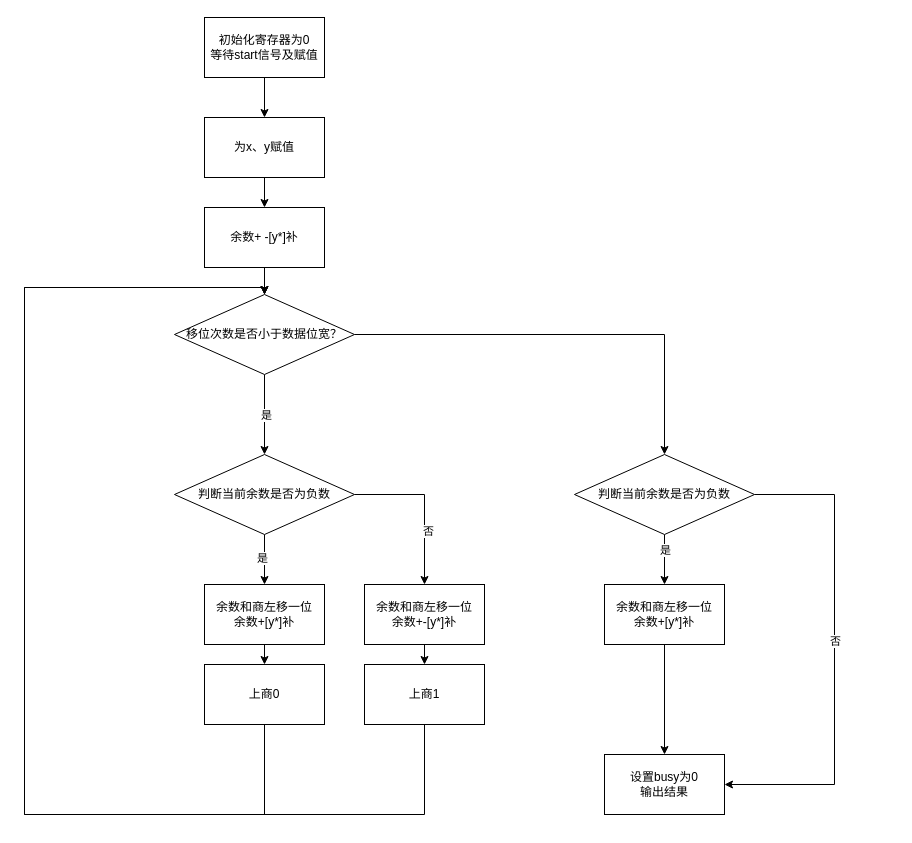
The draw.io diagram 未命名绘图.drawio in yMsquare/FirstRepository, before the edit. Source tidied: cells renumbered, new cells numbered last; positions are measured from the earlier drawing's top-left corner, leaving out a move shared by most shapes. Both pictures are drawn from the tidied source at 100%, with x=0, y=0 at pixel (24, 17).
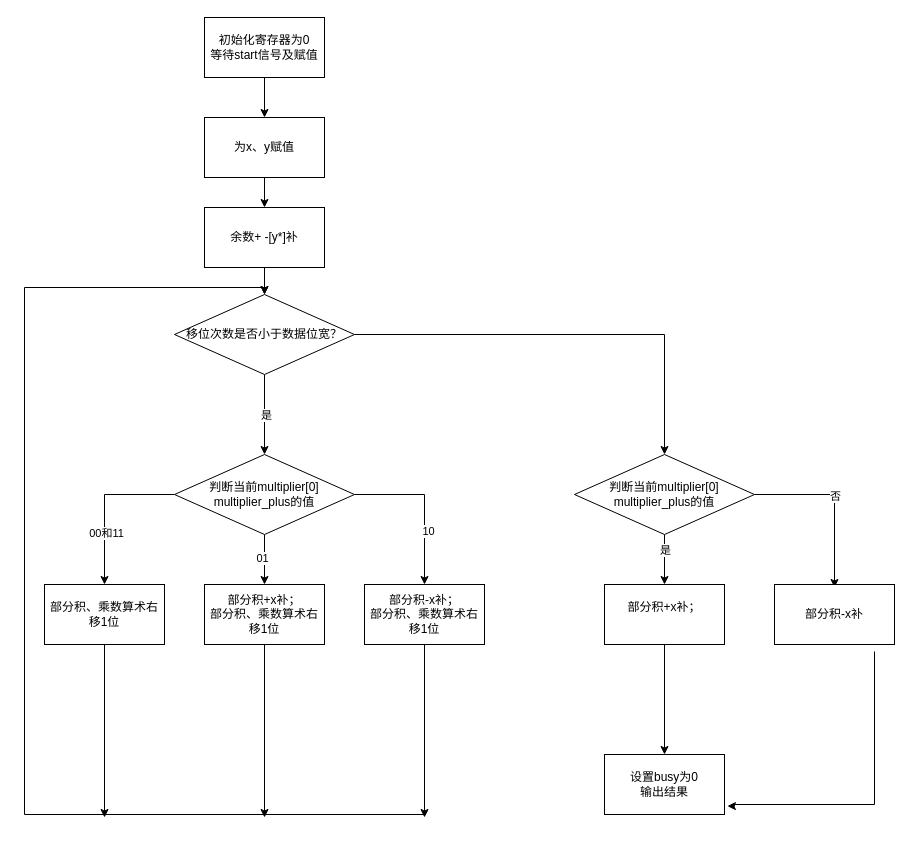
After the change.

The change refers to these unchanged cells:
```xml
<mxCell id="2" style="edgeStyle=orthogonalEdgeStyle;rounded=0;jettySize=auto;html=1;exitX=0.5;exitY=1;exitDx=0;exitDy=0;entryX=0.5;entryY=0;entryDx=0;entryDy=0;" parent="1" edge="1" source="6" target="10">
  <mxGeometry relative="1" as="geometry" />
</mxCell>
<mxCell id="4" style="edgeStyle=orthogonalEdgeStyle;rounded=0;jettySize=auto;html=1;exitX=1;exitY=0.5;exitDx=0;exitDy=0;" parent="1" edge="1" source="6" target="8">
  <mxGeometry relative="1" as="geometry" />
</mxCell>
<mxCell id="14" value="移位次数是否小于数据位宽？" style="rhombus;whiteSpace=wrap;html=1;" parent="1" vertex="1">
  <mxGeometry x="150" y="277" width="180" height="80" as="geometry" />
</mxCell>
<mxCell id="28" value="设置busy为0&lt;div&gt;输出结果&lt;/div&gt;" style="rounded=0;whiteSpace=wrap;html=1;" parent="1" vertex="1">
  <mxGeometry x="580" y="737" width="120" height="60" as="geometry" />
</mxCell>
```

Diff of the diagram source:
```diff
@@
-    <mxCell id="3" value="是" style="edgeLabel;html=1;align=center;verticalAlign=middle;" parent="2" vertex="1">
+    <mxCell id="3" value="01" style="edgeLabel;html=1;align=center;verticalAlign=middle;" parent="2" vertex="1">
       <mxGeometry x="-0.08" y="-3" relative="1" as="geometry" />
     </mxCell>
@@
-    <mxCell id="5" value="否" style="edgeLabel;html=1;align=center;verticalAlign=middle;" parent="4" vertex="1">
+    <mxCell id="5" value="10" style="edgeLabel;html=1;align=center;verticalAlign=middle;" parent="4" vertex="1">
       <mxGeometry x="0.32" y="3" relative="1" as="geometry" />
     </mxCell>
+    <mxCell id="33" style="edgeStyle=orthogonalEdgeStyle;rounded=0;jettySize=auto;html=1;" parent="1" edge="1" source="6" target="36">
+      <mxGeometry relative="1" as="geometry" />
+    </mxCell>
+    <mxCell id="34" value="00和11" style="edgeLabel;html=1;align=center;verticalAlign=middle;" parent="33" vertex="1">
+      <mxGeometry x="0.35" y="1" relative="1" as="geometry" />
+    </mxCell>
-    <mxCell id="6" value="判断当前余数是否为负数" style="rhombus;whiteSpace=wrap;html=1;rounded=0;" parent="1" vertex="1">
+    <mxCell id="6" value="判断当前multiplier[0] multiplier_plus的值" style="rhombus;whiteSpace=wrap;html=1;rounded=0;" parent="1" vertex="1">
       <mxGeometry x="150" y="437" width="180" height="80" as="geometry" />
     </mxCell>
-    <mxCell id="7" style="edgeStyle=orthogonalEdgeStyle;rounded=0;jettySize=auto;html=1;exitX=0.5;exitY=1;exitDx=0;exitDy=0;entryX=0.5;entryY=0;entryDx=0;entryDy=0;" parent="1" edge="1" source="8" target="20">
-      <mxGeometry relative="1" as="geometry" />
+    <mxCell id="7" style="edgeStyle=orthogonalEdgeStyle;rounded=0;jettySize=auto;html=1;exitX=0.5;exitY=1;exitDx=0;exitDy=0;" parent="1" edge="1" source="8">
+      <mxGeometry relative="1" as="geometry">
+        <mxPoint x="400" y="800" as="targetPoint" />
+      </mxGeometry>
     </mxCell>
-    <mxCell id="8" value="余数和商左移一位&lt;div&gt;余数+-[y*]补&lt;/div&gt;" style="whiteSpace=wrap;html=1;rounded=0;" parent="1" vertex="1">
+    <mxCell id="8" value="部分积-x补；&lt;div&gt;部分积、乘数算术右移1位&lt;/div&gt;" style="whiteSpace=wrap;html=1;rounded=0;" parent="1" vertex="1">
       <mxGeometry x="340" y="567" width="120" height="60" as="geometry" />
     </mxCell>
-    <mxCell id="9" style="edgeStyle=orthogonalEdgeStyle;rounded=0;jettySize=auto;html=1;exitX=0.5;exitY=1;exitDx=0;exitDy=0;entryX=0.5;entryY=0;entryDx=0;entryDy=0;" parent="1" edge="1" source="10" target="18">
-      <mxGeometry relative="1" as="geometry" />
+    <mxCell id="9" style="edgeStyle=orthogonalEdgeStyle;rounded=0;jettySize=auto;html=1;exitX=0.5;exitY=1;exitDx=0;exitDy=0;" parent="1" edge="1" source="10">
+      <mxGeometry relative="1" as="geometry">
+        <mxPoint x="240" y="800" as="targetPoint" />
+      </mxGeometry>
     </mxCell>
-    <mxCell id="10" value="余数和商左移一位&lt;div&gt;余数+[y*]补&lt;br&gt;&lt;/div&gt;" style="rounded=0;whiteSpace=wrap;html=1;" parent="1" vertex="1">
+    <mxCell id="10" value="部分积+x补；&lt;div&gt;部分积、乘数算术右移1位&lt;/div&gt;" style="rounded=0;whiteSpace=wrap;html=1;" parent="1" vertex="1">
       <mxGeometry x="180" y="567" width="120" height="60" as="geometry" />
     </mxCell>
@@
     <mxCell id="13" style="edgeStyle=orthogonalEdgeStyle;rounded=0;jettySize=auto;html=1;exitX=1;exitY=0.5;exitDx=0;exitDy=0;" parent="1" edge="1" source="14" target="25">
-      <mxGeometry relative="1" as="geometry" />
+      <mxGeometry relative="1" as="geometry">
+        <Array as="points">
+          <mxPoint x="640" y="317" />
+        </Array>
+      </mxGeometry>
     </mxCell>
@@
-    <mxCell id="17" style="edgeStyle=orthogonalEdgeStyle;rounded=0;jettySize=auto;html=1;exitX=0.5;exitY=1;exitDx=0;exitDy=0;entryX=0.5;entryY=0;entryDx=0;entryDy=0;" parent="1" edge="1" source="18" target="14">
-      <mxGeometry relative="1" as="geometry">
-        <Array as="points">
-          <mxPoint x="240" y="797" />
-          <mxPoint y="797" />
-          <mxPoint y="270" />
-          <mxPoint x="240" y="270" />
-        </Array>
-      </mxGeometry>
-    </mxCell>
-    <mxCell id="18" value="上商0" style="rounded=0;whiteSpace=wrap;html=1;" parent="1" vertex="1">
-      <mxGeometry x="180" y="647" width="120" height="60" as="geometry" />
-    </mxCell>
-    <mxCell id="19" style="edgeStyle=orthogonalEdgeStyle;rounded=0;jettySize=auto;html=1;exitX=0.5;exitY=1;exitDx=0;exitDy=0;" parent="1" edge="1" source="20" target="14">
+    <mxCell id="19" style="edgeStyle=orthogonalEdgeStyle;rounded=0;jettySize=auto;html=1;exitX=0.5;exitY=1;exitDx=0;exitDy=0;" parent="1" edge="1" target="14">
       <mxGeometry relative="1" as="geometry">
+        <mxPoint x="400" y="707" as="sourcePoint" />
         <Array as="points">
           <mxPoint x="400" y="797" />
           <mxPoint y="797" />
           <mxPoint y="270" />
           <mxPoint x="240" y="270" />
         </Array>
       </mxGeometry>
     </mxCell>
-    <mxCell id="20" value="&lt;div&gt;上商1&lt;br&gt;&lt;/div&gt;" style="rounded=0;whiteSpace=wrap;html=1;" parent="1" vertex="1">
-      <mxGeometry x="340" y="647" width="120" height="60" as="geometry" />
-    </mxCell>
@@
-    <mxCell id="23" style="edgeStyle=orthogonalEdgeStyle;rounded=0;jettySize=auto;html=1;entryX=1;entryY=0.5;entryDx=0;entryDy=0;" parent="1" edge="1" source="25" target="28">
+    <mxCell id="23" style="edgeStyle=orthogonalEdgeStyle;rounded=0;jettySize=auto;html=1;" parent="1" edge="1" source="25">
       <mxGeometry relative="1" as="geometry">
+        <mxPoint x="810" y="570" as="targetPoint" />
         <Array as="points">
           <mxPoint x="810" y="477" />
-          <mxPoint x="810" y="767" />
         </Array>
       </mxGeometry>
     </mxCell>
@@
-    <mxCell id="25" value="判断当前余数是否为负数" style="rhombus;whiteSpace=wrap;html=1;" parent="1" vertex="1">
+    <mxCell id="25" value="判断当前multiplier[0] multiplier_plus的值" style="rhombus;whiteSpace=wrap;html=1;" parent="1" vertex="1">
       <mxGeometry x="550" y="437" width="180" height="80" as="geometry" />
     </mxCell>
@@
-    <mxCell id="27" value="余数和商左移一位&lt;div&gt;余数+[y*]补&lt;br&gt;&lt;/div&gt;" style="rounded=0;whiteSpace=wrap;html=1;" parent="1" vertex="1">
+    <mxCell id="27" value="部分积+x补；&lt;div&gt;&lt;br&gt;&lt;/div&gt;" style="rounded=0;whiteSpace=wrap;html=1;" parent="1" vertex="1">
       <mxGeometry x="580" y="567" width="120" height="60" as="geometry" />
     </mxCell>
@@
+    <mxCell id="35" style="edgeStyle=orthogonalEdgeStyle;rounded=0;jettySize=auto;html=1;" parent="1" edge="1" source="36">
+      <mxGeometry relative="1" as="geometry">
+        <mxPoint x="80" y="800" as="targetPoint" />
+      </mxGeometry>
+    </mxCell>
+    <mxCell id="36" value="部分积、乘数算术右移1位" style="rounded=0;whiteSpace=wrap;html=1;" parent="1" vertex="1">
+      <mxGeometry x="20" y="567" width="120" height="60" as="geometry" />
+    </mxCell>
+    <mxCell id="37" style="edgeStyle=orthogonalEdgeStyle;rounded=0;jettySize=auto;html=1;entryX=1.024;entryY=0.86;entryDx=0;entryDy=0;entryPerimeter=0;" parent="1" edge="1" target="28">
+      <mxGeometry relative="1" as="geometry">
+        <mxPoint x="850" y="634" as="sourcePoint" />
+        <Array as="points">
+          <mxPoint x="850" y="787" />
+          <mxPoint x="710" y="787" />
+          <mxPoint x="710" y="789" />
+        </Array>
+      </mxGeometry>
+    </mxCell>
+    <mxCell id="38" value="部分积-x补" style="rounded=0;whiteSpace=wrap;html=1;" parent="1" vertex="1">
+      <mxGeometry x="750" y="567" width="120" height="60" as="geometry" />
+    </mxCell>
```
